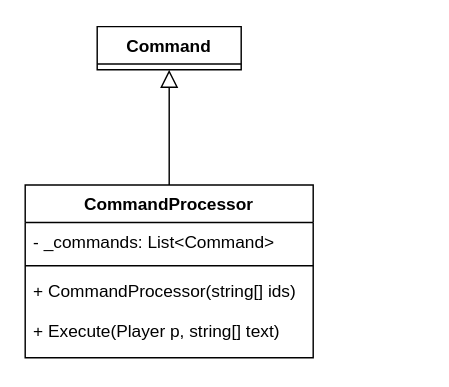
Above: Week_10/10.1/UML.drawio in minhan6559/COS20007-OOP (draw.io), before the change. Source tidied: cells renumbered, new cells numbered last; positions are measured from the earlier drawing's top-left corner, leaving out a move shared by most shapes. Both pictures are drawn from the tidied source at 144%, with x=0, y=0 at pixel (24, 26).
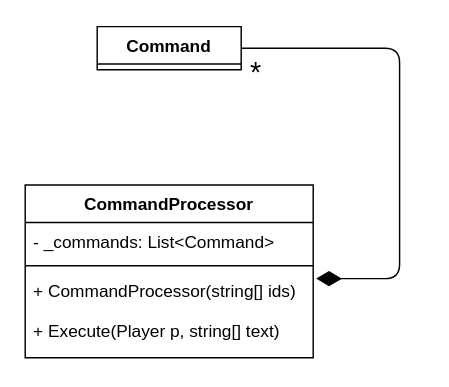
After the change.

Diff of the diagram source:
```diff
@@
 <mxGraphModel>
   <root>
     <mxCell id="0" />
     <mxCell id="1" parent="0" />
-    <mxCell id="2" style="edgeStyle=none;html=1;endArrow=block;endFill=0;endSize=10;" parent="1" edge="1" source="3" target="7">
-      <mxGeometry relative="1" as="geometry" />
-    </mxCell>
     <mxCell id="3" value="CommandProcessor" style="swimlane;fontStyle=1;align=center;verticalAlign=top;horizontal=1;startSize=26;" parent="1" vertex="1">
       <mxGeometry y="110" width="200" height="120" as="geometry" />
     </mxCell>
     <mxCell id="4" value="- _commands: List&lt;Command&gt;" style="text;strokeColor=none;fillColor=none;align=left;verticalAlign=top;spacingLeft=4;spacingRight=4;overflow=hidden;" parent="3" vertex="1">
       <mxGeometry y="26" width="200" height="26" as="geometry" />
     </mxCell>
     <mxCell id="5" style="line;strokeWidth=1;fillColor=none;align=left;verticalAlign=middle;spacingTop=-1;spacingLeft=3;spacingRight=3;labelPosition=right;strokeColor=inherit;" parent="3" vertex="1">
       <mxGeometry y="52" width="200" height="8" as="geometry" />
     </mxCell>
     <mxCell id="6" value="+ CommandProcessor(string[] ids)&#10;&#10;+ Execute(Player p, string[] text)" style="text;strokeColor=none;fillColor=none;align=left;verticalAlign=top;spacingLeft=4;spacingRight=4;overflow=hidden;points=[[0,0.5],[1,0.5]];portConstraint=eastwest;" parent="3" vertex="1">
       <mxGeometry y="60" width="200" height="60" as="geometry" />
     </mxCell>
+    <mxCell id="8" style="edgeStyle=none;html=1;exitX=1;exitY=0.5;exitDx=0;exitDy=0;entryX=1.01;entryY=0.083;entryDx=0;entryDy=0;entryPerimeter=0;endArrow=diamondThin;endFill=1;endSize=15;" parent="1" edge="1" source="7" target="6">
+      <mxGeometry relative="1" as="geometry">
+        <Array as="points">
+          <mxPoint x="260" y="15" />
+          <mxPoint x="260" y="175" />
+        </Array>
+      </mxGeometry>
+    </mxCell>
+    <mxCell id="9" value="&lt;font style=&quot;font-size: 20px;&quot;&gt;*&lt;/font&gt;" style="edgeLabel;html=1;align=center;verticalAlign=middle;" parent="8" vertex="1">
+      <mxGeometry x="-0.87" y="2" relative="1" as="geometry">
+        <mxPoint x="-12" y="17" as="offset" />
+      </mxGeometry>
+    </mxCell>
     <mxCell id="7" value="Command" style="swimlane;fontStyle=1;align=center;verticalAlign=top;horizontal=1;startSize=26;" parent="1" vertex="1" collapsed="1">
       <mxGeometry x="50" width="100" height="30" as="geometry" />
     </mxCell>
   </root>
 </mxGraphModel>
```
